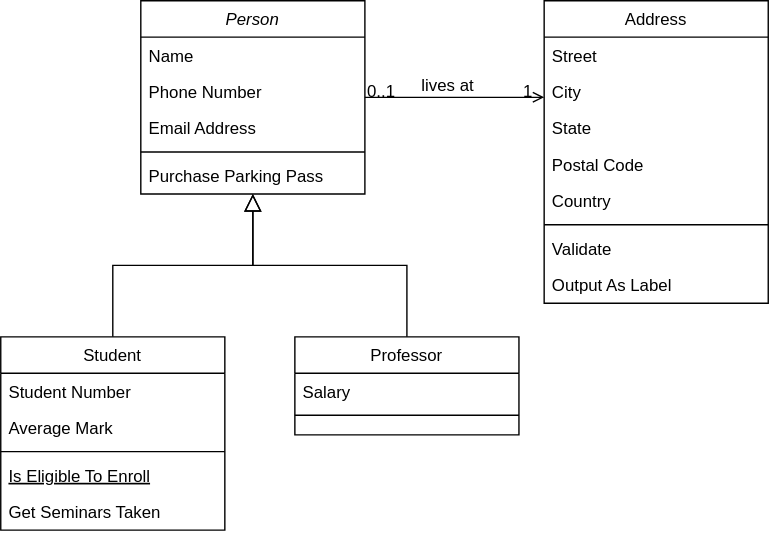
Before: KTP/KTP_Blog.drawio.svg, a diagram exported from draw.io (NikolaiNikitenok/KnowThePrice). Source tidied: cells renumbered, new cells last; positions are measured from the earlier drawing's top-left corner, leaving out a move shared by most shapes. Source of this version:
```xml
<mxGraphModel>
  <root>
    <mxCell id="0" />
    <mxCell id="1" parent="0" />
    <mxCell id="2" value="Person" style="swimlane;fontStyle=2;align=center;verticalAlign=top;horizontal=1;startSize=26;rounded=0;shadow=0;strokeWidth=1;" parent="1" vertex="1">
      <mxGeometry x="100" width="160" height="138" as="geometry" />
    </mxCell>
    <mxCell id="3" value="Name" style="text;align=left;verticalAlign=top;spacingLeft=4;spacingRight=4;overflow=hidden;" parent="2" vertex="1">
      <mxGeometry y="26" width="160" height="26" as="geometry" />
    </mxCell>
    <mxCell id="4" value="Phone Number" style="text;align=left;verticalAlign=top;spacingLeft=4;spacingRight=4;overflow=hidden;rounded=0;shadow=0;html=0;" parent="2" vertex="1">
      <mxGeometry y="52" width="160" height="26" as="geometry" />
    </mxCell>
    <mxCell id="5" value="Email Address" style="text;align=left;verticalAlign=top;spacingLeft=4;spacingRight=4;overflow=hidden;rounded=0;shadow=0;html=0;" parent="2" vertex="1">
      <mxGeometry y="78" width="160" height="26" as="geometry" />
    </mxCell>
    <mxCell id="6" style="line;html=1;strokeWidth=1;align=left;verticalAlign=middle;spacingTop=-1;spacingLeft=3;spacingRight=3;labelPosition=right;" parent="2" vertex="1">
      <mxGeometry y="104" width="160" height="8" as="geometry" />
    </mxCell>
    <mxCell id="7" value="Purchase Parking Pass" style="text;align=left;verticalAlign=top;spacingLeft=4;spacingRight=4;overflow=hidden;" parent="2" vertex="1">
      <mxGeometry y="112" width="160" height="26" as="geometry" />
    </mxCell>
    <mxCell id="8" value="Student" style="swimlane;fontStyle=0;align=center;verticalAlign=top;horizontal=1;startSize=26;rounded=0;shadow=0;strokeWidth=1;" parent="1" vertex="1">
      <mxGeometry y="240" width="160" height="138" as="geometry" />
    </mxCell>
    <mxCell id="9" value="Student Number" style="text;align=left;verticalAlign=top;spacingLeft=4;spacingRight=4;overflow=hidden;" parent="8" vertex="1">
      <mxGeometry y="26" width="160" height="26" as="geometry" />
    </mxCell>
    <mxCell id="10" value="Average Mark" style="text;align=left;verticalAlign=top;spacingLeft=4;spacingRight=4;overflow=hidden;rounded=0;shadow=0;html=0;" parent="8" vertex="1">
      <mxGeometry y="52" width="160" height="26" as="geometry" />
    </mxCell>
    <mxCell id="11" style="line;html=1;strokeWidth=1;align=left;verticalAlign=middle;spacingTop=-1;spacingLeft=3;spacingRight=3;labelPosition=right;" parent="8" vertex="1">
      <mxGeometry y="78" width="160" height="8" as="geometry" />
    </mxCell>
    <mxCell id="12" value="Is Eligible To Enroll" style="text;align=left;verticalAlign=top;spacingLeft=4;spacingRight=4;overflow=hidden;fontStyle=4;" parent="8" vertex="1">
      <mxGeometry y="86" width="160" height="26" as="geometry" />
    </mxCell>
    <mxCell id="13" value="Get Seminars Taken" style="text;align=left;verticalAlign=top;spacingLeft=4;spacingRight=4;overflow=hidden;" parent="8" vertex="1">
      <mxGeometry y="112" width="160" height="26" as="geometry" />
    </mxCell>
    <mxCell id="14" style="endArrow=block;endSize=10;endFill=0;shadow=0;strokeWidth=1;rounded=0;edgeStyle=elbowEdgeStyle;elbow=vertical;" parent="1" edge="1" source="8" target="2">
      <mxGeometry relative="1" as="geometry" />
    </mxCell>
    <mxCell id="15" value="Professor" style="swimlane;fontStyle=0;align=center;verticalAlign=top;horizontal=1;startSize=26;rounded=0;shadow=0;strokeWidth=1;" parent="1" vertex="1">
      <mxGeometry x="210" y="240" width="160" height="70" as="geometry" />
    </mxCell>
    <mxCell id="16" value="Salary" style="text;align=left;verticalAlign=top;spacingLeft=4;spacingRight=4;overflow=hidden;" parent="15" vertex="1">
      <mxGeometry y="26" width="160" height="26" as="geometry" />
    </mxCell>
    <mxCell id="17" style="line;html=1;strokeWidth=1;align=left;verticalAlign=middle;spacingTop=-1;spacingLeft=3;spacingRight=3;labelPosition=right;" parent="15" vertex="1">
      <mxGeometry y="52" width="160" height="8" as="geometry" />
    </mxCell>
    <mxCell id="18" style="endArrow=block;endSize=10;endFill=0;shadow=0;strokeWidth=1;rounded=0;edgeStyle=elbowEdgeStyle;elbow=vertical;" parent="1" edge="1" source="15" target="2">
      <mxGeometry relative="1" as="geometry" />
    </mxCell>
    <mxCell id="19" value="Address" style="swimlane;fontStyle=0;align=center;verticalAlign=top;horizontal=1;startSize=26;rounded=0;shadow=0;strokeWidth=1;" parent="1" vertex="1">
      <mxGeometry x="388" width="160" height="216" as="geometry" />
    </mxCell>
    <mxCell id="20" value="Street" style="text;align=left;verticalAlign=top;spacingLeft=4;spacingRight=4;overflow=hidden;" parent="19" vertex="1">
      <mxGeometry y="26" width="160" height="26" as="geometry" />
    </mxCell>
    <mxCell id="21" value="City" style="text;align=left;verticalAlign=top;spacingLeft=4;spacingRight=4;overflow=hidden;rounded=0;shadow=0;html=0;" parent="19" vertex="1">
      <mxGeometry y="52" width="160" height="26" as="geometry" />
    </mxCell>
    <mxCell id="22" value="State" style="text;align=left;verticalAlign=top;spacingLeft=4;spacingRight=4;overflow=hidden;rounded=0;shadow=0;html=0;" parent="19" vertex="1">
      <mxGeometry y="78" width="160" height="26" as="geometry" />
    </mxCell>
    <mxCell id="23" value="Postal Code" style="text;align=left;verticalAlign=top;spacingLeft=4;spacingRight=4;overflow=hidden;rounded=0;shadow=0;html=0;" parent="19" vertex="1">
      <mxGeometry y="104" width="160" height="26" as="geometry" />
    </mxCell>
    <mxCell id="24" value="Country" style="text;align=left;verticalAlign=top;spacingLeft=4;spacingRight=4;overflow=hidden;rounded=0;shadow=0;html=0;" parent="19" vertex="1">
      <mxGeometry y="130" width="160" height="26" as="geometry" />
    </mxCell>
    <mxCell id="25" style="line;html=1;strokeWidth=1;align=left;verticalAlign=middle;spacingTop=-1;spacingLeft=3;spacingRight=3;labelPosition=right;" parent="19" vertex="1">
      <mxGeometry y="156" width="160" height="8" as="geometry" />
    </mxCell>
    <mxCell id="26" value="Validate" style="text;align=left;verticalAlign=top;spacingLeft=4;spacingRight=4;overflow=hidden;" parent="19" vertex="1">
      <mxGeometry y="164" width="160" height="26" as="geometry" />
    </mxCell>
    <mxCell id="27" value="Output As Label" style="text;align=left;verticalAlign=top;spacingLeft=4;spacingRight=4;overflow=hidden;" parent="19" vertex="1">
      <mxGeometry y="190" width="160" height="26" as="geometry" />
    </mxCell>
    <mxCell id="28" style="endArrow=open;shadow=0;strokeWidth=1;rounded=0;endFill=1;edgeStyle=elbowEdgeStyle;elbow=vertical;" parent="1" edge="1" source="2" target="19">
      <mxGeometry x="0.5" y="41" relative="1" as="geometry">
        <mxPoint x="-40" y="32" as="offset" />
      </mxGeometry>
    </mxCell>
    <mxCell id="29" value="0..1" style="align=left;verticalAlign=bottom;labelBackgroundColor=none;fontSize=12;" parent="28" vertex="1">
      <mxGeometry x="-1" relative="1" as="geometry">
        <mxPoint y="4" as="offset" />
      </mxGeometry>
    </mxCell>
    <mxCell id="30" value="1" style="align=right;verticalAlign=bottom;labelBackgroundColor=none;fontSize=12;" parent="28" vertex="1">
      <mxGeometry x="1" relative="1" as="geometry">
        <mxPoint x="-7" y="4" as="offset" />
      </mxGeometry>
    </mxCell>
    <mxCell id="31" value="lives at" style="text;html=1;align=center;verticalAlign=middle;labelBackgroundColor=none;rounded=0;shadow=0;strokeWidth=1;fontSize=12;" parent="28" vertex="1">
      <mxGeometry x="0.5" y="49" relative="1" as="geometry">
        <mxPoint x="-38" y="40" as="offset" />
      </mxGeometry>
    </mxCell>
  </root>
</mxGraphModel>
```
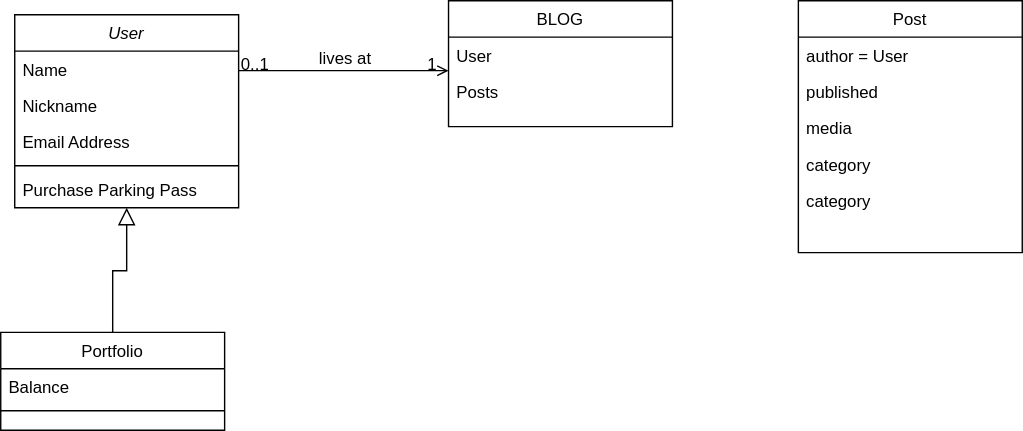
The same file after the commit.

Diff of the diagram source:
```diff
@@ -2,13 +2,13 @@
   <root>
     <mxCell id="0" />
     <mxCell id="1" parent="0" />
-    <mxCell id="2" value="Person" style="swimlane;fontStyle=2;align=center;verticalAlign=top;horizontal=1;startSize=26;rounded=0;shadow=0;strokeWidth=1;" parent="1" vertex="1">
-      <mxGeometry x="100" width="160" height="138" as="geometry" />
+    <mxCell id="2" value="User" style="swimlane;fontStyle=2;align=center;verticalAlign=top;horizontal=1;startSize=26;rounded=0;shadow=0;strokeWidth=1;" parent="1" vertex="1">
+      <mxGeometry x="-50" y="-50" width="160" height="138" as="geometry" />
     </mxCell>
     <mxCell id="3" value="Name" style="text;align=left;verticalAlign=top;spacingLeft=4;spacingRight=4;overflow=hidden;" parent="2" vertex="1">
       <mxGeometry y="26" width="160" height="26" as="geometry" />
     </mxCell>
-    <mxCell id="4" value="Phone Number" style="text;align=left;verticalAlign=top;spacingLeft=4;spacingRight=4;overflow=hidden;rounded=0;shadow=0;html=0;" parent="2" vertex="1">
+    <mxCell id="4" value="Nickname" style="text;align=left;verticalAlign=top;spacingLeft=4;spacingRight=4;overflow=hidden;rounded=0;shadow=0;html=0;" parent="2" vertex="1">
       <mxGeometry y="52" width="160" height="26" as="geometry" />
     </mxCell>
     <mxCell id="5" value="Email Address" style="text;align=left;verticalAlign=top;spacingLeft=4;spacingRight=4;overflow=hidden;rounded=0;shadow=0;html=0;" parent="2" vertex="1">
@@ -20,31 +20,10 @@
     <mxCell id="7" value="Purchase Parking Pass" style="text;align=left;verticalAlign=top;spacingLeft=4;spacingRight=4;overflow=hidden;" parent="2" vertex="1">
       <mxGeometry y="112" width="160" height="26" as="geometry" />
     </mxCell>
-    <mxCell id="8" value="Student" style="swimlane;fontStyle=0;align=center;verticalAlign=top;horizontal=1;startSize=26;rounded=0;shadow=0;strokeWidth=1;" parent="1" vertex="1">
-      <mxGeometry y="240" width="160" height="138" as="geometry" />
-    </mxCell>
-    <mxCell id="9" value="Student Number" style="text;align=left;verticalAlign=top;spacingLeft=4;spacingRight=4;overflow=hidden;" parent="8" vertex="1">
-      <mxGeometry y="26" width="160" height="26" as="geometry" />
-    </mxCell>
-    <mxCell id="10" value="Average Mark" style="text;align=left;verticalAlign=top;spacingLeft=4;spacingRight=4;overflow=hidden;rounded=0;shadow=0;html=0;" parent="8" vertex="1">
-      <mxGeometry y="52" width="160" height="26" as="geometry" />
-    </mxCell>
-    <mxCell id="11" style="line;html=1;strokeWidth=1;align=left;verticalAlign=middle;spacingTop=-1;spacingLeft=3;spacingRight=3;labelPosition=right;" parent="8" vertex="1">
-      <mxGeometry y="78" width="160" height="8" as="geometry" />
-    </mxCell>
-    <mxCell id="12" value="Is Eligible To Enroll" style="text;align=left;verticalAlign=top;spacingLeft=4;spacingRight=4;overflow=hidden;fontStyle=4;" parent="8" vertex="1">
-      <mxGeometry y="86" width="160" height="26" as="geometry" />
-    </mxCell>
-    <mxCell id="13" value="Get Seminars Taken" style="text;align=left;verticalAlign=top;spacingLeft=4;spacingRight=4;overflow=hidden;" parent="8" vertex="1">
-      <mxGeometry y="112" width="160" height="26" as="geometry" />
-    </mxCell>
-    <mxCell id="14" style="endArrow=block;endSize=10;endFill=0;shadow=0;strokeWidth=1;rounded=0;edgeStyle=elbowEdgeStyle;elbow=vertical;" parent="1" edge="1" source="8" target="2">
-      <mxGeometry relative="1" as="geometry" />
-    </mxCell>
-    <mxCell id="15" value="Professor" style="swimlane;fontStyle=0;align=center;verticalAlign=top;horizontal=1;startSize=26;rounded=0;shadow=0;strokeWidth=1;" parent="1" vertex="1">
-      <mxGeometry x="210" y="240" width="160" height="70" as="geometry" />
+    <mxCell id="15" value="Portfolio&#10;" style="swimlane;fontStyle=0;align=center;verticalAlign=top;horizontal=1;startSize=26;rounded=0;shadow=0;strokeWidth=1;" parent="1" vertex="1">
+      <mxGeometry x="-60" y="177" width="160" height="70" as="geometry" />
     </mxCell>
-    <mxCell id="16" value="Salary" style="text;align=left;verticalAlign=top;spacingLeft=4;spacingRight=4;overflow=hidden;" parent="15" vertex="1">
+    <mxCell id="16" value="Balance" style="text;align=left;verticalAlign=top;spacingLeft=4;spacingRight=4;overflow=hidden;" parent="15" vertex="1">
       <mxGeometry y="26" width="160" height="26" as="geometry" />
     </mxCell>
     <mxCell id="17" style="line;html=1;strokeWidth=1;align=left;verticalAlign=middle;spacingTop=-1;spacingLeft=3;spacingRight=3;labelPosition=right;" parent="15" vertex="1">
@@ -53,33 +32,15 @@
     <mxCell id="18" style="endArrow=block;endSize=10;endFill=0;shadow=0;strokeWidth=1;rounded=0;edgeStyle=elbowEdgeStyle;elbow=vertical;" parent="1" edge="1" source="15" target="2">
       <mxGeometry relative="1" as="geometry" />
     </mxCell>
-    <mxCell id="19" value="Address" style="swimlane;fontStyle=0;align=center;verticalAlign=top;horizontal=1;startSize=26;rounded=0;shadow=0;strokeWidth=1;" parent="1" vertex="1">
-      <mxGeometry x="388" width="160" height="216" as="geometry" />
+    <mxCell id="19" value="BLOG" style="swimlane;fontStyle=0;align=center;verticalAlign=top;horizontal=1;startSize=26;rounded=0;shadow=0;strokeWidth=1;" parent="1" vertex="1">
+      <mxGeometry x="260" y="-60" width="160" height="90" as="geometry" />
     </mxCell>
-    <mxCell id="20" value="Street" style="text;align=left;verticalAlign=top;spacingLeft=4;spacingRight=4;overflow=hidden;" parent="19" vertex="1">
+    <mxCell id="20" value="User" style="text;align=left;verticalAlign=top;spacingLeft=4;spacingRight=4;overflow=hidden;" parent="19" vertex="1">
       <mxGeometry y="26" width="160" height="26" as="geometry" />
     </mxCell>
-    <mxCell id="21" value="City" style="text;align=left;verticalAlign=top;spacingLeft=4;spacingRight=4;overflow=hidden;rounded=0;shadow=0;html=0;" parent="19" vertex="1">
+    <mxCell id="21" value="Posts" style="text;align=left;verticalAlign=top;spacingLeft=4;spacingRight=4;overflow=hidden;rounded=0;shadow=0;html=0;" parent="19" vertex="1">
       <mxGeometry y="52" width="160" height="26" as="geometry" />
     </mxCell>
-    <mxCell id="22" value="State" style="text;align=left;verticalAlign=top;spacingLeft=4;spacingRight=4;overflow=hidden;rounded=0;shadow=0;html=0;" parent="19" vertex="1">
-      <mxGeometry y="78" width="160" height="26" as="geometry" />
-    </mxCell>
-    <mxCell id="23" value="Postal Code" style="text;align=left;verticalAlign=top;spacingLeft=4;spacingRight=4;overflow=hidden;rounded=0;shadow=0;html=0;" parent="19" vertex="1">
-      <mxGeometry y="104" width="160" height="26" as="geometry" />
-    </mxCell>
-    <mxCell id="24" value="Country" style="text;align=left;verticalAlign=top;spacingLeft=4;spacingRight=4;overflow=hidden;rounded=0;shadow=0;html=0;" parent="19" vertex="1">
-      <mxGeometry y="130" width="160" height="26" as="geometry" />
-    </mxCell>
-    <mxCell id="25" style="line;html=1;strokeWidth=1;align=left;verticalAlign=middle;spacingTop=-1;spacingLeft=3;spacingRight=3;labelPosition=right;" parent="19" vertex="1">
-      <mxGeometry y="156" width="160" height="8" as="geometry" />
-    </mxCell>
-    <mxCell id="26" value="Validate" style="text;align=left;verticalAlign=top;spacingLeft=4;spacingRight=4;overflow=hidden;" parent="19" vertex="1">
-      <mxGeometry y="164" width="160" height="26" as="geometry" />
-    </mxCell>
-    <mxCell id="27" value="Output As Label" style="text;align=left;verticalAlign=top;spacingLeft=4;spacingRight=4;overflow=hidden;" parent="19" vertex="1">
-      <mxGeometry y="190" width="160" height="26" as="geometry" />
-    </mxCell>
     <mxCell id="28" style="endArrow=open;shadow=0;strokeWidth=1;rounded=0;endFill=1;edgeStyle=elbowEdgeStyle;elbow=vertical;" parent="1" edge="1" source="2" target="19">
       <mxGeometry x="0.5" y="41" relative="1" as="geometry">
         <mxPoint x="-40" y="32" as="offset" />
@@ -100,5 +61,23 @@
         <mxPoint x="-38" y="40" as="offset" />
       </mxGeometry>
     </mxCell>
+    <mxCell id="32" value="Post" style="swimlane;fontStyle=0;align=center;verticalAlign=top;horizontal=1;startSize=26;rounded=0;shadow=0;strokeWidth=1;" parent="1" vertex="1">
+      <mxGeometry x="510" y="-60" width="160" height="180" as="geometry" />
+    </mxCell>
+    <mxCell id="33" value="author = User" style="text;align=left;verticalAlign=top;spacingLeft=4;spacingRight=4;overflow=hidden;" parent="32" vertex="1">
+      <mxGeometry y="26" width="160" height="26" as="geometry" />
+    </mxCell>
+    <mxCell id="34" value="published" style="text;align=left;verticalAlign=top;spacingLeft=4;spacingRight=4;overflow=hidden;rounded=0;shadow=0;html=0;" parent="32" vertex="1">
+      <mxGeometry y="52" width="160" height="26" as="geometry" />
+    </mxCell>
+    <mxCell id="35" value="media" style="text;align=left;verticalAlign=top;spacingLeft=4;spacingRight=4;overflow=hidden;rounded=0;shadow=0;html=0;" parent="32" vertex="1">
+      <mxGeometry y="78" width="160" height="26" as="geometry" />
+    </mxCell>
+    <mxCell id="36" value="category" style="text;align=left;verticalAlign=top;spacingLeft=4;spacingRight=4;overflow=hidden;rounded=0;shadow=0;html=0;" parent="32" vertex="1">
+      <mxGeometry y="104" width="160" height="26" as="geometry" />
+    </mxCell>
+    <mxCell id="37" value="category" style="text;align=left;verticalAlign=top;spacingLeft=4;spacingRight=4;overflow=hidden;rounded=0;shadow=0;html=0;" parent="32" vertex="1">
+      <mxGeometry y="130" width="160" height="26" as="geometry" />
+    </mxCell>
   </root>
 </mxGraphModel>
```
